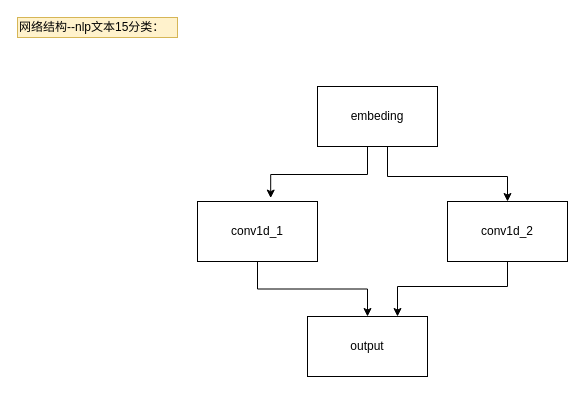
alwaysbetter1314/DrawLearning keeps this draw.io diagram as nlp_cnn_net.drawio. Above is the earlier version. Source tidied: cells renumbered, new cells numbered last; positions are measured from the earlier drawing's top-left corner, leaving out a move shared by most shapes. Both pictures are drawn from the tidied source at 100%, with x=0, y=0 at pixel (17, 17).
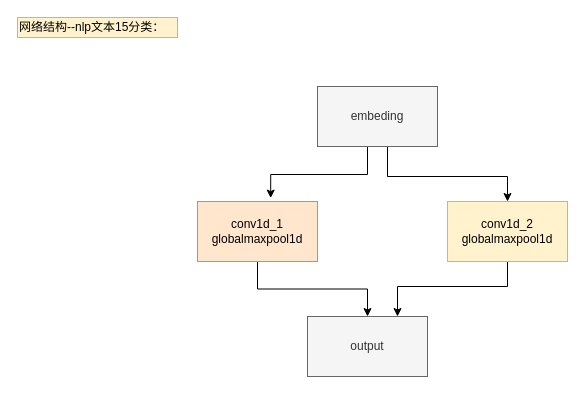
The same page after the edit.

Change to the diagram source:
```diff
@@
 <mxGraphModel>
   <root>
     <mxCell id="0" />
     <mxCell id="1" parent="0" />
     <mxCell id="2" style="edgeStyle=orthogonalEdgeStyle;rounded=0;jettySize=auto;html=1;entryX=0.61;entryY=-0.057;entryDx=0;entryDy=0;entryPerimeter=0;" parent="1" edge="1" source="4" target="6">
       <mxGeometry relative="1" as="geometry">
         <Array as="points">
           <mxPoint x="350" y="157" />
           <mxPoint x="253" y="157" />
         </Array>
       </mxGeometry>
     </mxCell>
     <mxCell id="3" style="edgeStyle=orthogonalEdgeStyle;rounded=0;jettySize=auto;html=1;" parent="1" edge="1" source="4" target="8">
       <mxGeometry relative="1" as="geometry">
         <Array as="points">
           <mxPoint x="370" y="159" />
           <mxPoint x="490" y="159" />
         </Array>
       </mxGeometry>
     </mxCell>
-    <mxCell id="4" value="embeding" style="rounded=0;whiteSpace=wrap;html=1;" parent="1" vertex="1">
+    <mxCell id="4" value="embeding" style="rounded=0;whiteSpace=wrap;html=1;fillColor=#f5f5f5;strokeColor=#666666;fontColor=#333333;" parent="1" vertex="1">
       <mxGeometry x="300" y="69" width="120" height="60" as="geometry" />
     </mxCell>
     <mxCell id="5" style="edgeStyle=orthogonalEdgeStyle;rounded=0;jettySize=auto;html=1;" parent="1" edge="1" source="6" target="9">
       <mxGeometry relative="1" as="geometry" />
     </mxCell>
-    <mxCell id="6" value="conv1d_1" style="rounded=0;whiteSpace=wrap;html=1;" parent="1" vertex="1">
+    <mxCell id="6" value="conv1d_1&lt;br&gt;globalmaxpool1d" style="rounded=0;whiteSpace=wrap;html=1;fillColor=#ffe6cc;strokeColor=#d79b00;" parent="1" vertex="1">
       <mxGeometry x="180" y="184" width="120" height="60" as="geometry" />
     </mxCell>
     <mxCell id="7" style="edgeStyle=orthogonalEdgeStyle;rounded=0;jettySize=auto;html=1;entryX=0.75;entryY=0;entryDx=0;entryDy=0;" parent="1" edge="1" source="8" target="9">
       <mxGeometry relative="1" as="geometry">
         <Array as="points">
           <mxPoint x="490" y="269" />
           <mxPoint x="380" y="269" />
         </Array>
       </mxGeometry>
     </mxCell>
-    <mxCell id="8" value="conv1d_2" style="rounded=0;whiteSpace=wrap;html=1;" parent="1" vertex="1">
+    <mxCell id="8" value="conv1d_2&lt;br&gt;globalmaxpool1d" style="rounded=0;whiteSpace=wrap;html=1;fillColor=#fff2cc;strokeColor=#d6b656;" parent="1" vertex="1">
       <mxGeometry x="430" y="184" width="120" height="60" as="geometry" />
     </mxCell>
-    <mxCell id="9" value="output" style="rounded=0;whiteSpace=wrap;html=1;" parent="1" vertex="1">
+    <mxCell id="9" value="output" style="rounded=0;whiteSpace=wrap;html=1;fillColor=#f5f5f5;strokeColor=#666666;fontColor=#333333;" parent="1" vertex="1">
       <mxGeometry x="290" y="299" width="120" height="60" as="geometry" />
     </mxCell>
     <mxCell id="10" value="网络结构--nlp文本15分类：" style="text;html=1;align=left;verticalAlign=top;spacingTop=-4;fillColor=#fff2cc;strokeColor=#d6b656;" parent="1" vertex="1">
       <mxGeometry width="160" height="20" as="geometry" />
     </mxCell>
   </root>
 </mxGraphModel>
```
